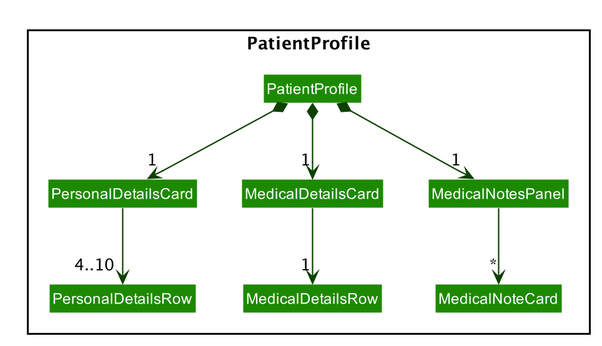
This is docs/images/PatientProfileClassDiagram.png from wang-jun-hao/tp, a PlantUML export, as it was before one commit.
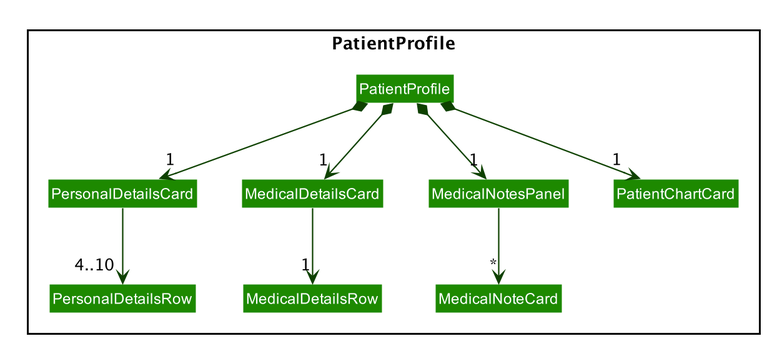
Later version of the same file.

Commit message:
Update patient profile diagrams in DG

What changed in the source:
```diff
@@ -51,6 +51,7 @@
 skinparam arrowColor #0E4100
 skinparam classBackgroundColor #1D8900
 
+
 package PatientProfile <<Rectangle>>{
 Class PatientProfile
 Class PersonalDetailsCard
@@ -59,11 +60,13 @@
 Class MedicalDetailsRow
 Class MedicalNotesPanel
 Class MedicalNoteCard
+Class PatientChartCard
 }
 
 PatientProfile *--> "1" PersonalDetailsCard
 PatientProfile *--> "1" MedicalDetailsCard
 PatientProfile *--> "1" MedicalNotesPanel
+PatientProfile *--> "1" PatientChartCard
 
 PersonalDetailsCard --> "4..10" PersonalDetailsRow
 MedicalDetailsCard --> "1" MedicalDetailsRow
```
